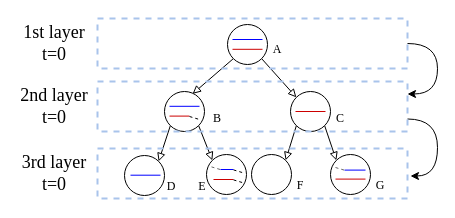
The draw.io diagram LOT.drawio in 16281022/os-lab1, before the edit. Source tidied: cells renumbered, new cells numbered last; positions are measured from the earlier drawing's top-left corner, leaving out a move shared by most shapes. Both pictures are drawn from the tidied source at 100%, with x=0, y=0 at pixel (17, 18).
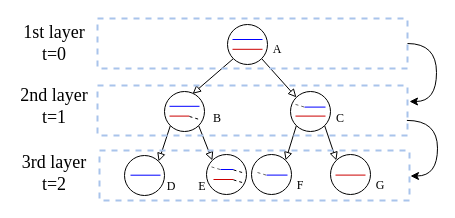
The same diagram, later.

The change refers to these unchanged cells:
```xml
<mxCell id="33" style="rounded=0;whiteSpace=wrap;html=1;shadow=0;sketch=0;fontFamily=Times New Roman;fontSize=12;strokeWidth=2;fillColor=none;dashed=1;strokeColor=#A9C4EB;" parent="1" vertex="1">
  <mxGeometry x="80" width="310" height="50" as="geometry" />
</mxCell>
<mxCell id="42" value="&lt;font style=&quot;font-size: 12px;&quot;&gt;G&lt;/font&gt;" style="text;html=1;strokeColor=none;fillColor=none;align=center;verticalAlign=middle;whiteSpace=wrap;rounded=0;shadow=0;dashed=1;sketch=0;fontFamily=Times New Roman;fontSize=15;" parent="1" vertex="1">
  <mxGeometry x="333" y="150" width="60" height="30" as="geometry" />
</mxCell>
```

Change to the diagram source:
```diff
@@
-    <mxCell id="18" style="endArrow=none;html=1;rounded=0;fontFamily=Times New Roman;fontSize=12;strokeColor=#CC0000;" parent="1" edge="1">
-      <mxGeometry relative="1" as="geometry">
-        <mxPoint x="278" y="93" as="sourcePoint" />
-        <mxPoint x="308" y="93" as="targetPoint" />
-      </mxGeometry>
-    </mxCell>
@@
     <mxCell id="21" style="endArrow=none;html=1;rounded=0;fontFamily=Times New Roman;fontSize=12;strokeColor=#CC0000;" parent="1" edge="1">
       <mxGeometry relative="1" as="geometry">
-        <mxPoint x="318" y="160.6" as="sourcePoint" />
-        <mxPoint x="348" y="160.6" as="targetPoint" />
+        <mxPoint x="318" y="156.6" as="sourcePoint" />
+        <mxPoint x="348" y="156.6" as="targetPoint" />
       </mxGeometry>
     </mxCell>
@@
-    <mxCell id="27" style="endArrow=none;html=1;rounded=0;fontFamily=Times New Roman;fontSize=12;strokeColor=#0000FF;" parent="1" edge="1">
-      <mxGeometry relative="1" as="geometry">
-        <mxPoint x="327" y="151.6" as="sourcePoint" />
-        <mxPoint x="348" y="151.6" as="targetPoint" />
-      </mxGeometry>
-    </mxCell>
-    <mxCell id="28" style="endArrow=none;html=1;rounded=0;fontFamily=Times New Roman;fontSize=12;strokeColor=#666666;jumpSize=6;dashed=1;" parent="1" edge="1">
-      <mxGeometry relative="1" as="geometry">
-        <mxPoint x="318" y="149" as="sourcePoint" />
-        <mxPoint x="328" y="152" as="targetPoint" />
-      </mxGeometry>
-    </mxCell>
     <mxCell id="29" style="rounded=0;whiteSpace=wrap;html=1;shadow=0;sketch=0;fontFamily=Times New Roman;fontSize=12;strokeWidth=2;fillColor=none;dashed=1;strokeColor=#A9C4EB;" parent="1" vertex="1">
-      <mxGeometry x="80" y="130" width="310" height="50" as="geometry" />
+      <mxGeometry x="82" y="132" width="310" height="50" as="geometry" />
     </mxCell>
-    <mxCell id="30" style="edgeStyle=orthogonalEdgeStyle;curved=1;rounded=0;jumpSize=6;jettySize=auto;html=1;exitX=1;exitY=0.75;exitDx=0;exitDy=0;entryX=1;entryY=0.25;entryDx=0;entryDy=0;fontFamily=Times New Roman;fontSize=12;startArrow=none;startFill=0;endArrow=classic;endFill=1;strokeColor=#000000;" parent="1" edge="1" source="31" target="42">
+    <mxCell id="30" style="edgeStyle=orthogonalEdgeStyle;curved=1;rounded=0;jumpSize=6;jettySize=auto;html=1;exitX=0.998;exitY=0.698;exitDx=0;exitDy=0;entryX=1;entryY=0.25;entryDx=0;entryDy=0;fontFamily=Times New Roman;fontSize=12;startArrow=none;startFill=0;endArrow=classic;endFill=1;strokeColor=#000000;exitPerimeter=0;" parent="1" edge="1" source="31" target="42">
       <mxGeometry relative="1" as="geometry">
         <Array as="points">
-          <mxPoint x="420" y="100" />
+          <mxPoint x="420" y="102" />
           <mxPoint x="420" y="158" />
         </Array>
       </mxGeometry>
     </mxCell>
     <mxCell id="31" style="rounded=0;whiteSpace=wrap;html=1;shadow=0;sketch=0;fontFamily=Times New Roman;fontSize=12;strokeWidth=2;fillColor=none;dashed=1;strokeColor=#A9C4EB;" parent="1" vertex="1">
-      <mxGeometry x="80" y="63" width="310" height="50" as="geometry" />
+      <mxGeometry x="80" y="67" width="310" height="50" as="geometry" />
     </mxCell>
-    <mxCell id="32" style="edgeStyle=orthogonalEdgeStyle;curved=1;rounded=0;jumpSize=6;jettySize=auto;html=1;exitX=1;exitY=0.5;exitDx=0;exitDy=0;entryX=1;entryY=0.25;entryDx=0;entryDy=0;fontFamily=Times New Roman;fontSize=12;startArrow=none;startFill=0;endArrow=classic;endFill=1;strokeColor=#000000;" parent="1" edge="1" source="33" target="31">
-      <mxGeometry relative="1" as="geometry">
-        <Array as="points">
-          <mxPoint x="420" y="25" />
-          <mxPoint x="420" y="76" />
-        </Array>
-      </mxGeometry>
-    </mxCell>
@@
-    <mxCell id="35" value="&lt;font style=&quot;font-size: 18px;&quot;&gt;2nd layer&lt;br&gt;t=0&lt;/font&gt;" style="text;html=1;strokeColor=none;fillColor=none;align=center;verticalAlign=middle;whiteSpace=wrap;rounded=0;shadow=0;dashed=1;sketch=0;fontFamily=Times New Roman;fontSize=12;" parent="1" vertex="1">
+    <mxCell id="35" value="&lt;font style=&quot;font-size: 18px;&quot;&gt;2nd layer&lt;br&gt;t=1&lt;/font&gt;" style="text;html=1;strokeColor=none;fillColor=none;align=center;verticalAlign=middle;whiteSpace=wrap;rounded=0;shadow=0;dashed=1;sketch=0;fontFamily=Times New Roman;fontSize=12;" parent="1" vertex="1">
       <mxGeometry y="73" width="74" height="30" as="geometry" />
     </mxCell>
-    <mxCell id="36" value="&lt;font style=&quot;font-size: 18px;&quot;&gt;3rd layer&lt;br&gt;t=0&lt;/font&gt;" style="text;html=1;strokeColor=none;fillColor=none;align=center;verticalAlign=middle;whiteSpace=wrap;rounded=0;shadow=0;dashed=1;sketch=0;fontFamily=Times New Roman;fontSize=12;" parent="1" vertex="1">
+    <mxCell id="36" value="&lt;font style=&quot;font-size: 18px;&quot;&gt;3rd layer&lt;br&gt;t=2&lt;/font&gt;" style="text;html=1;strokeColor=none;fillColor=none;align=center;verticalAlign=middle;whiteSpace=wrap;rounded=0;shadow=0;dashed=1;sketch=0;fontFamily=Times New Roman;fontSize=12;" parent="1" vertex="1">
       <mxGeometry y="140" width="74" height="30" as="geometry" />
     </mxCell>
@@
+    <mxCell id="45" style="endArrow=none;html=1;rounded=0;fontFamily=Times New Roman;fontSize=12;strokeColor=#CC0000;" parent="1" edge="1">
+      <mxGeometry relative="1" as="geometry">
+        <mxPoint x="278" y="97.6" as="sourcePoint" />
+        <mxPoint x="308" y="97.6" as="targetPoint" />
+      </mxGeometry>
+    </mxCell>
+    <mxCell id="46" style="endArrow=none;html=1;rounded=0;fontFamily=Times New Roman;fontSize=12;strokeColor=#0000FF;" parent="1" edge="1">
+      <mxGeometry relative="1" as="geometry">
+        <mxPoint x="287" y="88.6" as="sourcePoint" />
+        <mxPoint x="308" y="88.6" as="targetPoint" />
+      </mxGeometry>
+    </mxCell>
+    <mxCell id="47" style="endArrow=none;html=1;rounded=0;fontFamily=Times New Roman;fontSize=12;strokeColor=#666666;jumpSize=6;dashed=1;" parent="1" edge="1">
+      <mxGeometry relative="1" as="geometry">
+        <mxPoint x="278" y="85.9" as="sourcePoint" />
+        <mxPoint x="288" y="88.9" as="targetPoint" />
+      </mxGeometry>
+    </mxCell>
+    <mxCell id="48" style="edgeStyle=orthogonalEdgeStyle;curved=1;rounded=0;jumpSize=6;orthogonalLoop=1;jettySize=auto;html=1;entryX=1;entryY=0.25;entryDx=0;entryDy=0;fontFamily=Times New Roman;fontSize=12;startArrow=none;startFill=0;endArrow=classic;endFill=1;strokeColor=#000000;" parent="1" edge="1">
+      <mxGeometry relative="1" as="geometry">
+        <mxPoint x="390" y="25" as="sourcePoint" />
+        <mxPoint x="392" y="83" as="targetPoint" />
+        <Array as="points">
+          <mxPoint x="419" y="25.5" />
+          <mxPoint x="419" y="83.5" />
+        </Array>
+      </mxGeometry>
+    </mxCell>
+    <mxCell id="49" style="endArrow=none;html=1;rounded=0;fontFamily=Times New Roman;fontSize=12;strokeColor=#0000FF;" parent="1" edge="1">
+      <mxGeometry relative="1" as="geometry">
+        <mxPoint x="249" y="156.6" as="sourcePoint" />
+        <mxPoint x="270" y="156.6" as="targetPoint" />
+      </mxGeometry>
+    </mxCell>
+    <mxCell id="50" style="endArrow=none;html=1;rounded=0;fontFamily=Times New Roman;fontSize=12;strokeColor=#666666;jumpSize=6;dashed=1;" parent="1" edge="1">
+      <mxGeometry relative="1" as="geometry">
+        <mxPoint x="240" y="154" as="sourcePoint" />
+        <mxPoint x="250" y="157" as="targetPoint" />
+      </mxGeometry>
+    </mxCell>
```
